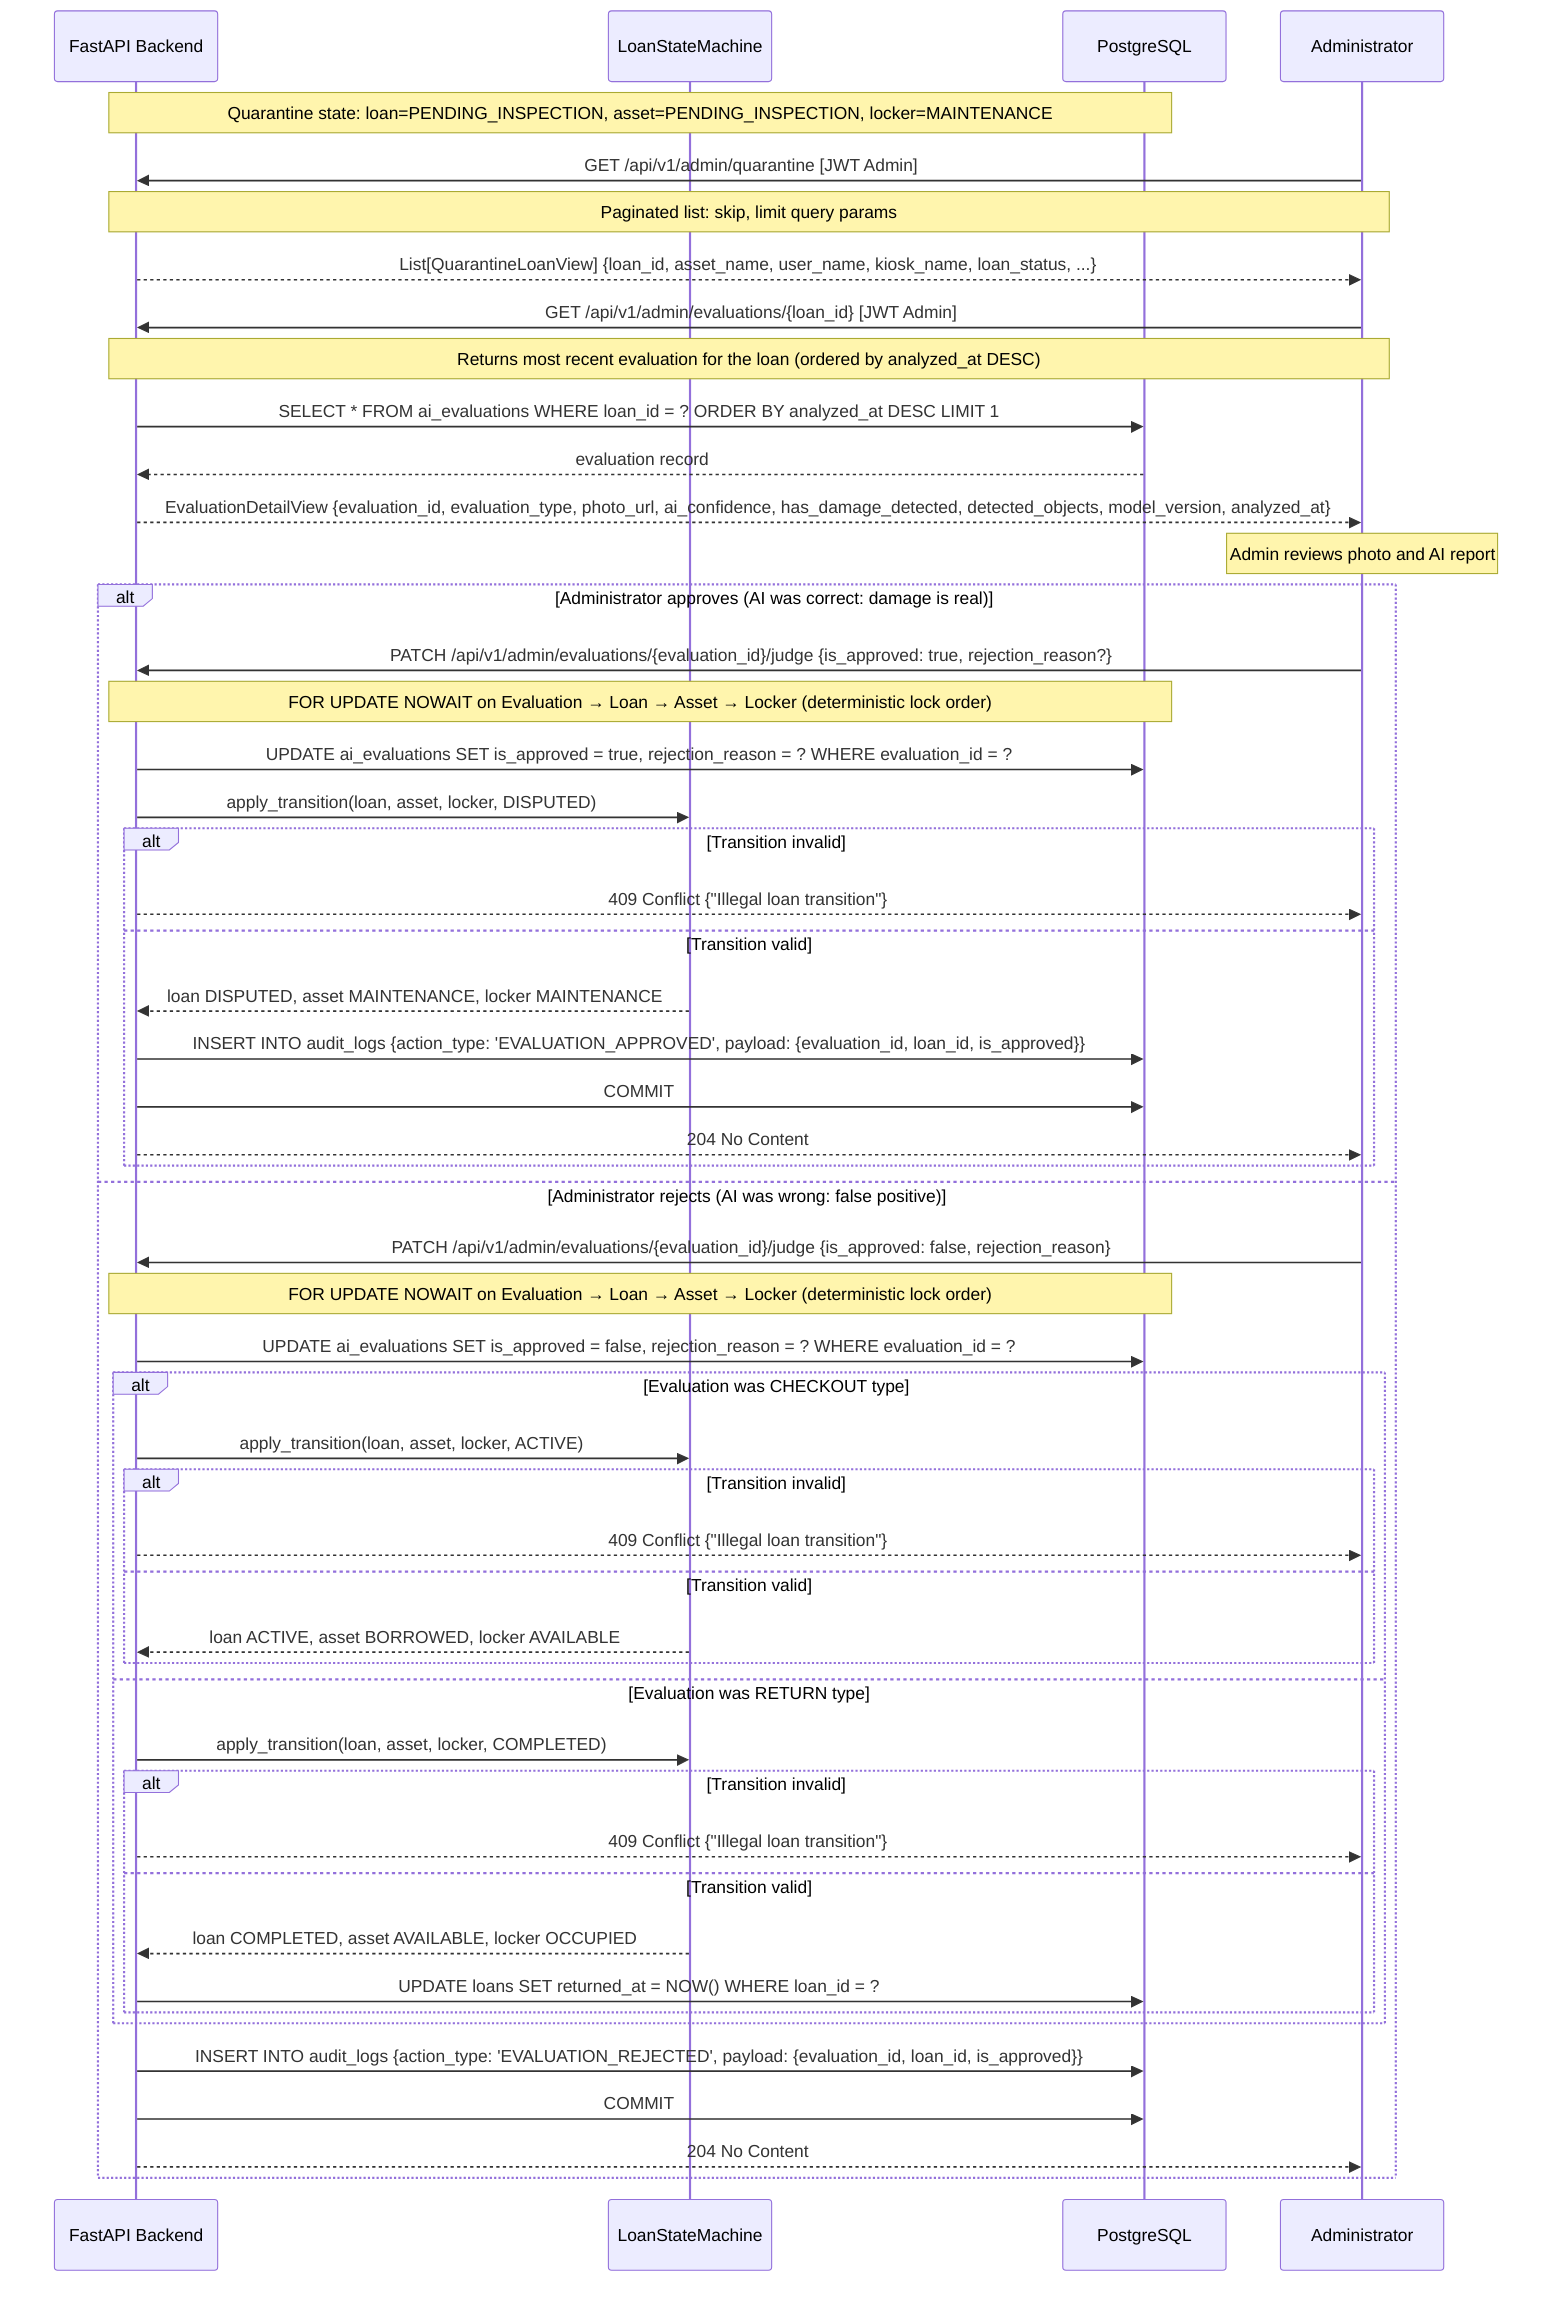
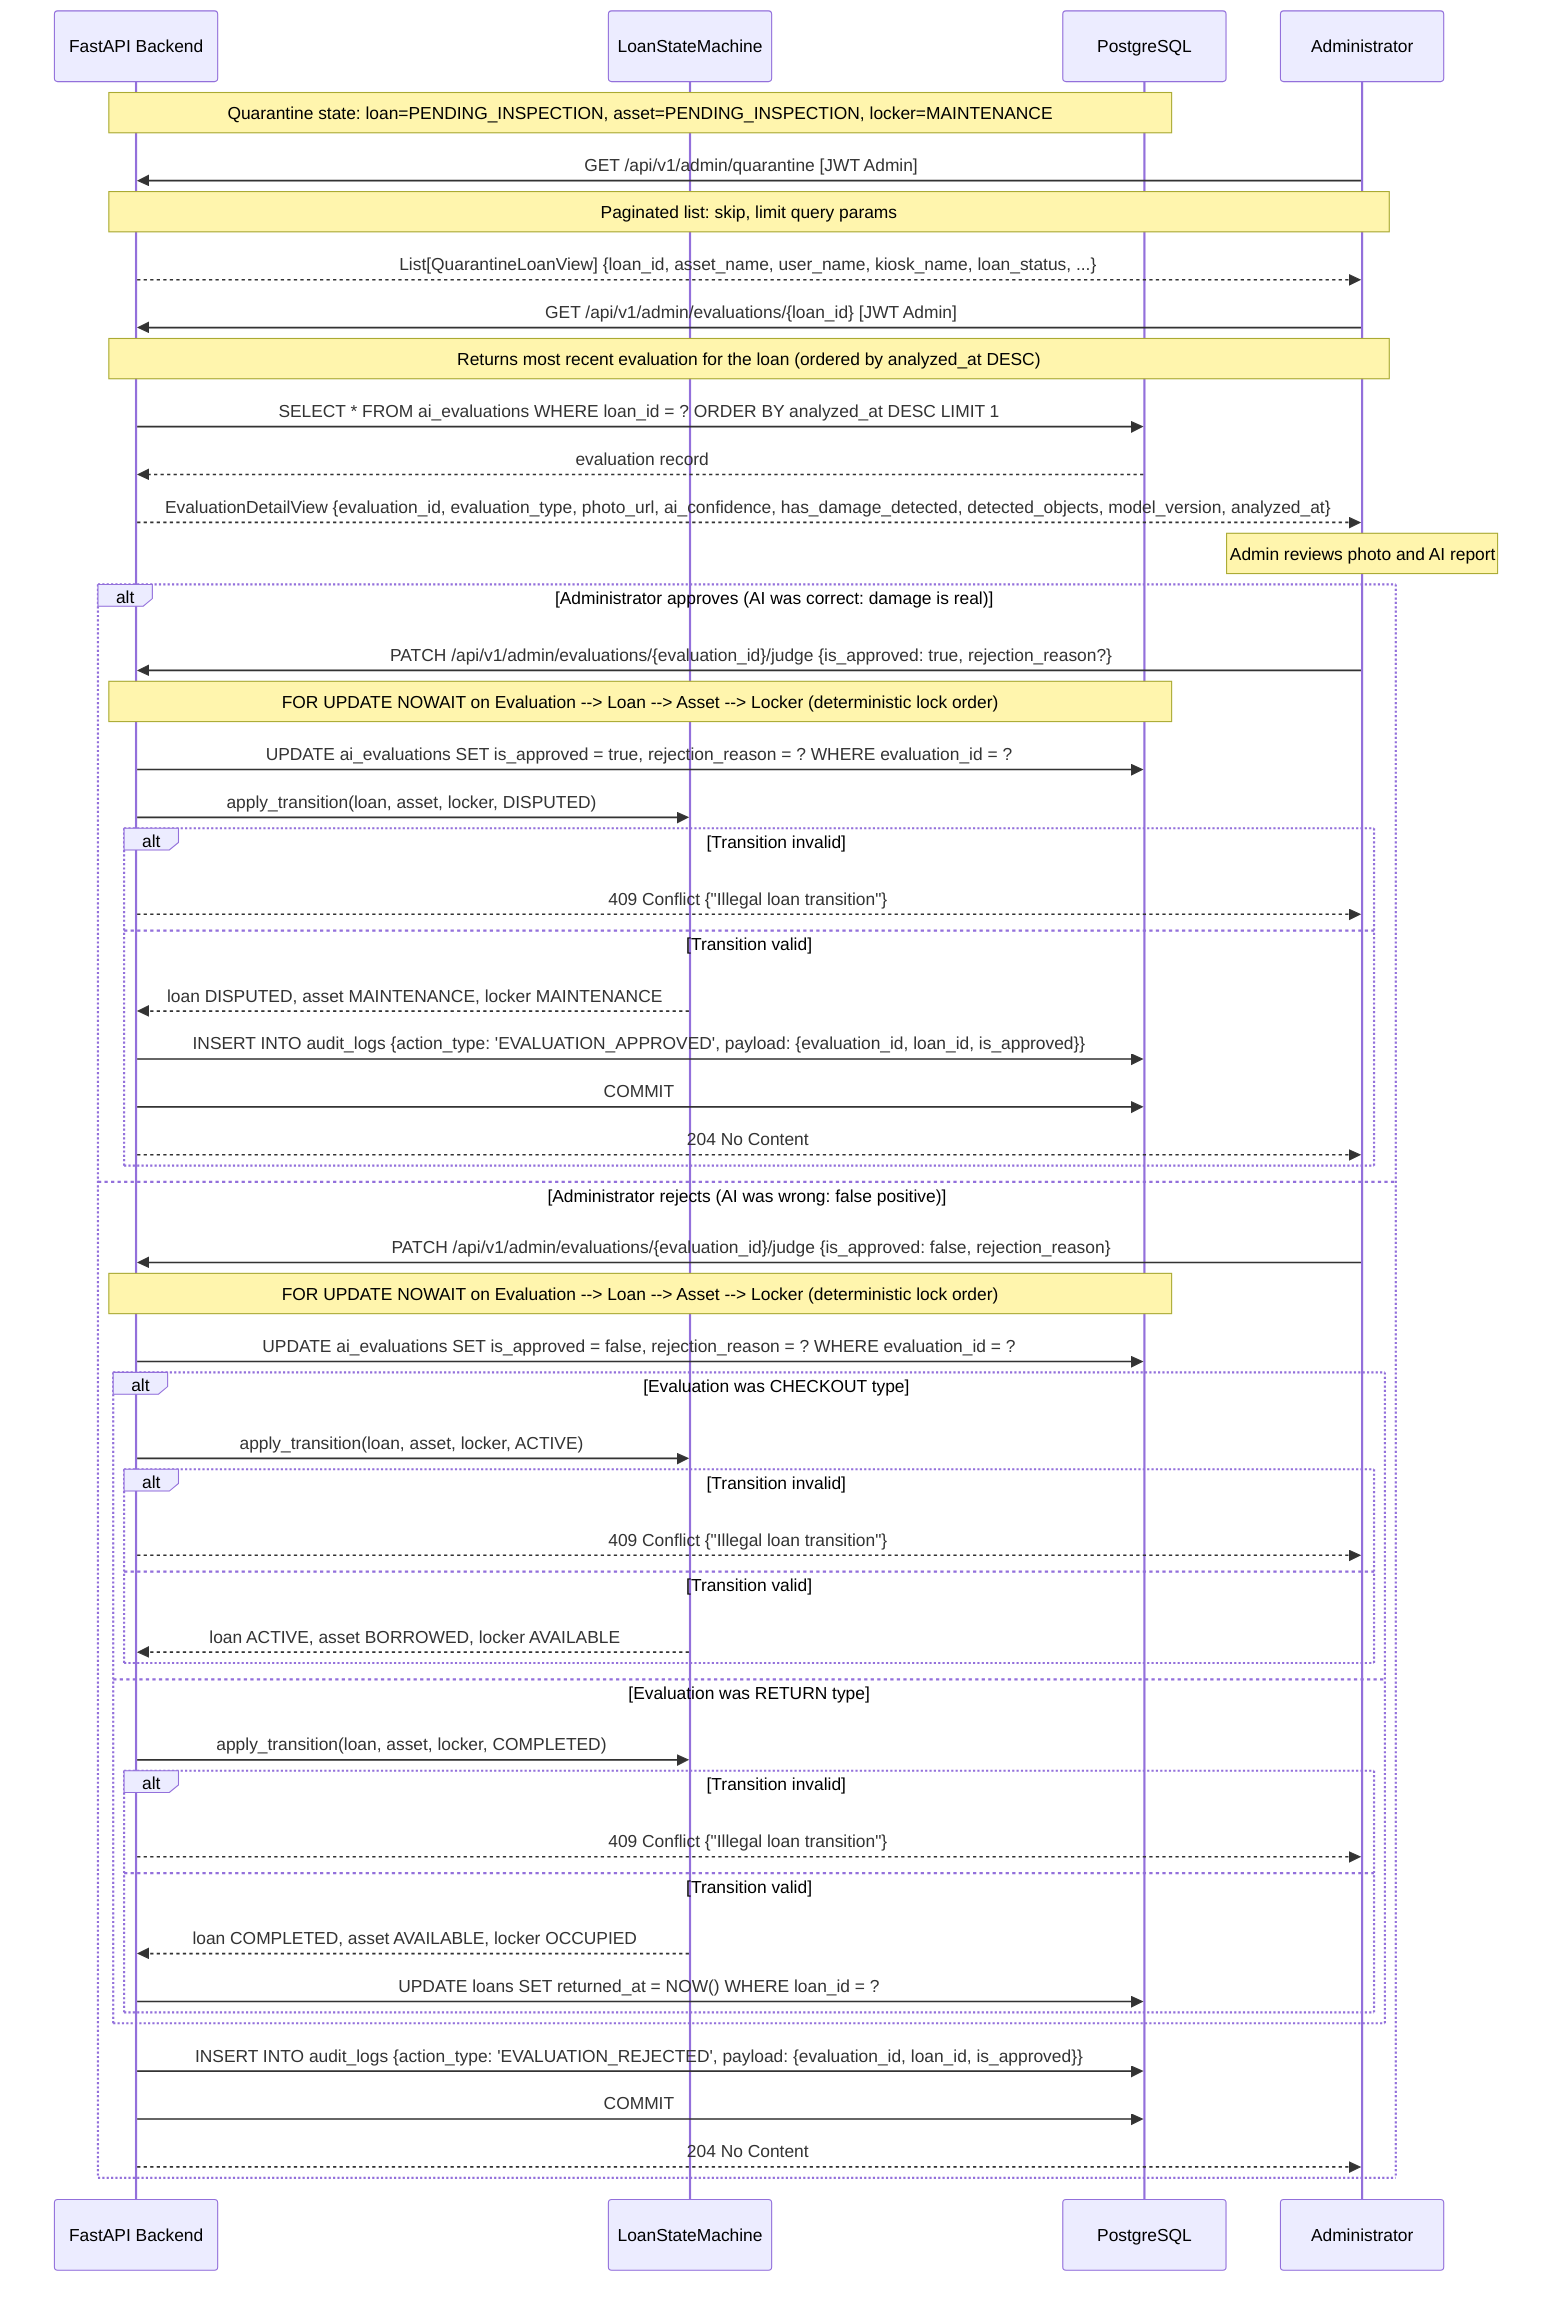
sequenceDiagram
    participant API as FastAPI Backend
    participant LoanStateMachine
    participant DB as PostgreSQL
    participant Admin as Administrator

    Note over API,DB: Quarantine state: loan=PENDING_INSPECTION, asset=PENDING_INSPECTION, locker=MAINTENANCE

    Admin->>API: GET /api/v1/admin/quarantine [JWT Admin]
    Note over Admin,API: Paginated list: skip, limit query params
    API-->>Admin: List[QuarantineLoanView] {loan_id, asset_name, user_name, kiosk_name, loan_status, ...}

    Admin->>API: GET /api/v1/admin/evaluations/{loan_id} [JWT Admin]
    Note over Admin,API: Returns most recent evaluation for the loan (ordered by analyzed_at DESC)
    API->>DB: SELECT * FROM ai_evaluations WHERE loan_id = ? ORDER BY analyzed_at DESC LIMIT 1
    DB-->>API: evaluation record
    API-->>Admin: EvaluationDetailView {evaluation_id, evaluation_type, photo_url, ai_confidence, has_damage_detected, detected_objects, model_version, analyzed_at}

    Note over Admin: Admin reviews photo and AI report

    alt Administrator approves (AI was correct: damage is real)
        Admin->>API: PATCH /api/v1/admin/evaluations/{evaluation_id}/judge {is_approved: true, rejection_reason?}
-         Note over API,DB: FOR UPDATE NOWAIT on Evaluation → Loan → Asset → Locker (deterministic lock order)
+         Note over API,DB: FOR UPDATE NOWAIT on Evaluation --> Loan --> Asset --> Locker (deterministic lock order)
        API->>DB: UPDATE ai_evaluations SET is_approved = true, rejection_reason = ? WHERE evaluation_id = ?
        API->>LoanStateMachine: apply_transition(loan, asset, locker, DISPUTED)
        alt Transition invalid
            API-->>Admin: 409 Conflict {"Illegal loan transition"}
        else Transition valid
            LoanStateMachine-->>API: loan DISPUTED, asset MAINTENANCE, locker MAINTENANCE
            API->>DB: INSERT INTO audit_logs {action_type: 'EVALUATION_APPROVED', payload: {evaluation_id, loan_id, is_approved}}
            API->>DB: COMMIT
            API-->>Admin: 204 No Content
        end
    else Administrator rejects (AI was wrong: false positive)
        Admin->>API: PATCH /api/v1/admin/evaluations/{evaluation_id}/judge {is_approved: false, rejection_reason}
-         Note over API,DB: FOR UPDATE NOWAIT on Evaluation → Loan → Asset → Locker (deterministic lock order)
+         Note over API,DB: FOR UPDATE NOWAIT on Evaluation --> Loan --> Asset --> Locker (deterministic lock order)
        API->>DB: UPDATE ai_evaluations SET is_approved = false, rejection_reason = ? WHERE evaluation_id = ?

        alt Evaluation was CHECKOUT type
            API->>LoanStateMachine: apply_transition(loan, asset, locker, ACTIVE)
            alt Transition invalid
                API-->>Admin: 409 Conflict {"Illegal loan transition"}
            else Transition valid
                LoanStateMachine-->>API: loan ACTIVE, asset BORROWED, locker AVAILABLE
            end
        else Evaluation was RETURN type
            API->>LoanStateMachine: apply_transition(loan, asset, locker, COMPLETED)
            alt Transition invalid
                API-->>Admin: 409 Conflict {"Illegal loan transition"}
            else Transition valid
                LoanStateMachine-->>API: loan COMPLETED, asset AVAILABLE, locker OCCUPIED
                API->>DB: UPDATE loans SET returned_at = NOW() WHERE loan_id = ?
            end
        end

        API->>DB: INSERT INTO audit_logs {action_type: 'EVALUATION_REJECTED', payload: {evaluation_id, loan_id, is_approved}}
        API->>DB: COMMIT
        API-->>Admin: 204 No Content
    end
